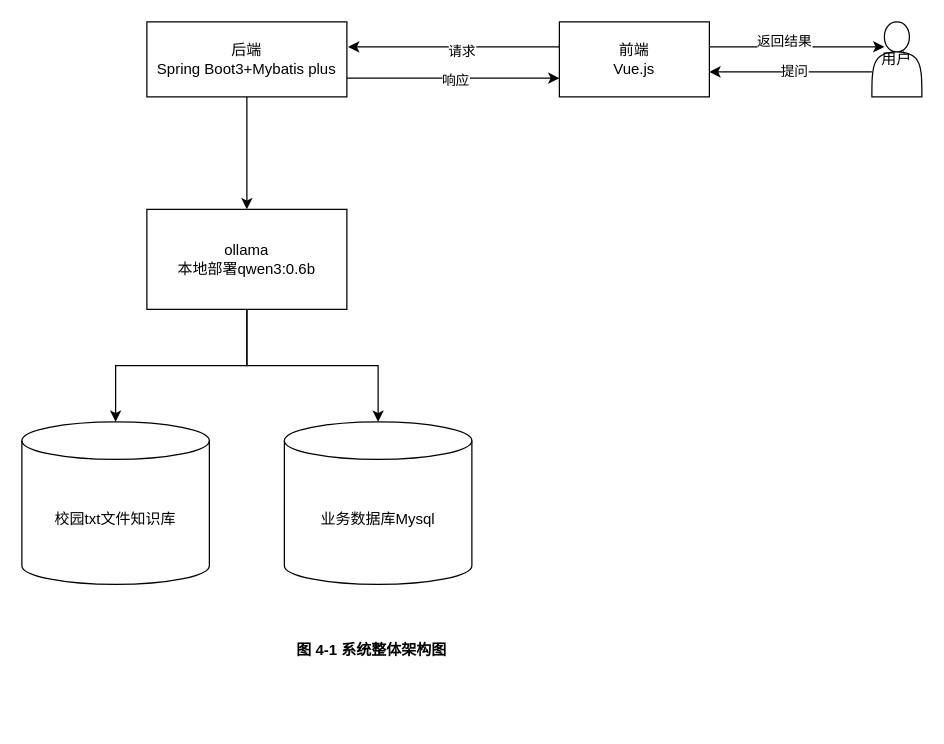
This is 智能问答架构图.drawio from ChengyangLei/diagrams, a draw.io file, before an edit. Source tidied: cells renumbered, new cells numbered last; positions are measured from the earlier drawing's top-left corner, leaving out a move shared by most shapes. Both pictures are drawn from the tidied source at 125%, with x=0, y=0 at pixel (21, 21).
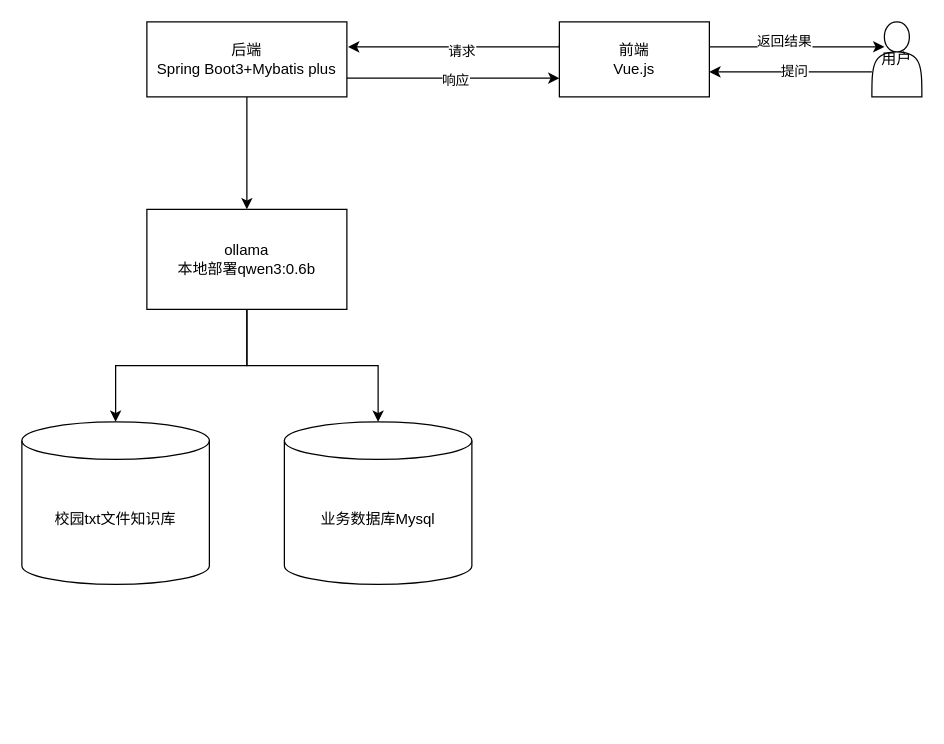
The same diagram, later.

Commit message:
更新智能问答架构图.drawio

Diff of the diagram source:
```diff
@@
-    <mxCell id="11" value="&lt;b&gt;图 4-1 系统整体架构图&lt;/b&gt;&lt;div&gt;&lt;br/&gt;&lt;/div&gt;" style="text;html=1;strokeColor=none;fillColor=none;align=center;verticalAlign=middle;whiteSpace=wrap;rounded=0;" parent="1" vertex="1">
-      <mxGeometry x="80" y="460" width="400" height="100" as="geometry" />
-    </mxCell>
```
